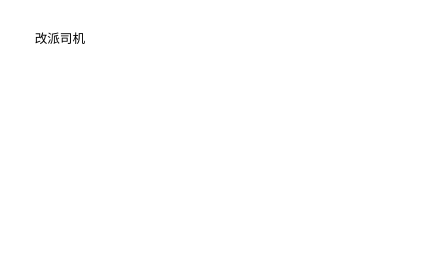
The draw.io diagram 调度/改派司机.drawio in gongyao1992/draw, before the edit. Source tidied: cells renumbered, new cells numbered last; positions are measured from the earlier drawing's top-left corner, leaving out a move shared by most shapes. Both pictures are drawn from the tidied source at 105%, with x=0, y=0 at pixel (18, 18).
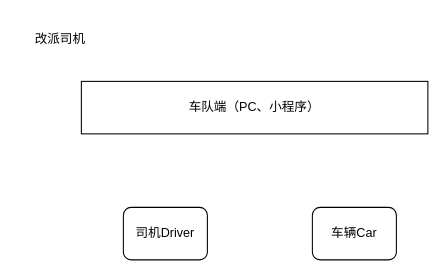
After the change.

Commit message (it also covers changes not shown here):
更新改派司机.drawio

What changed in the source:
```diff
@@
 <mxGraphModel>
   <root>
     <mxCell id="0" />
     <mxCell id="1" parent="0" />
     <mxCell id="2" value="改派司机" style="text;html=1;strokeColor=none;fillColor=none;align=center;verticalAlign=middle;whiteSpace=wrap;rounded=0;" parent="1" vertex="1">
       <mxGeometry width="80" height="40" as="geometry" />
     </mxCell>
+    <mxCell id="3" value="司机Driver" style="rounded=1;whiteSpace=wrap;html=1;" parent="1" vertex="1">
+      <mxGeometry x="100" y="180" width="80" height="50" as="geometry" />
+    </mxCell>
+    <mxCell id="4" value="车辆Car" style="rounded=1;whiteSpace=wrap;html=1;" parent="1" vertex="1">
+      <mxGeometry x="280" y="180" width="80" height="50" as="geometry" />
+    </mxCell>
+    <mxCell id="5" value="车队端（PC、小程序）" style="rounded=0;whiteSpace=wrap;html=1;" parent="1" vertex="1">
+      <mxGeometry x="60" y="60" width="330" height="50" as="geometry" />
+    </mxCell>
   </root>
 </mxGraphModel>
```
